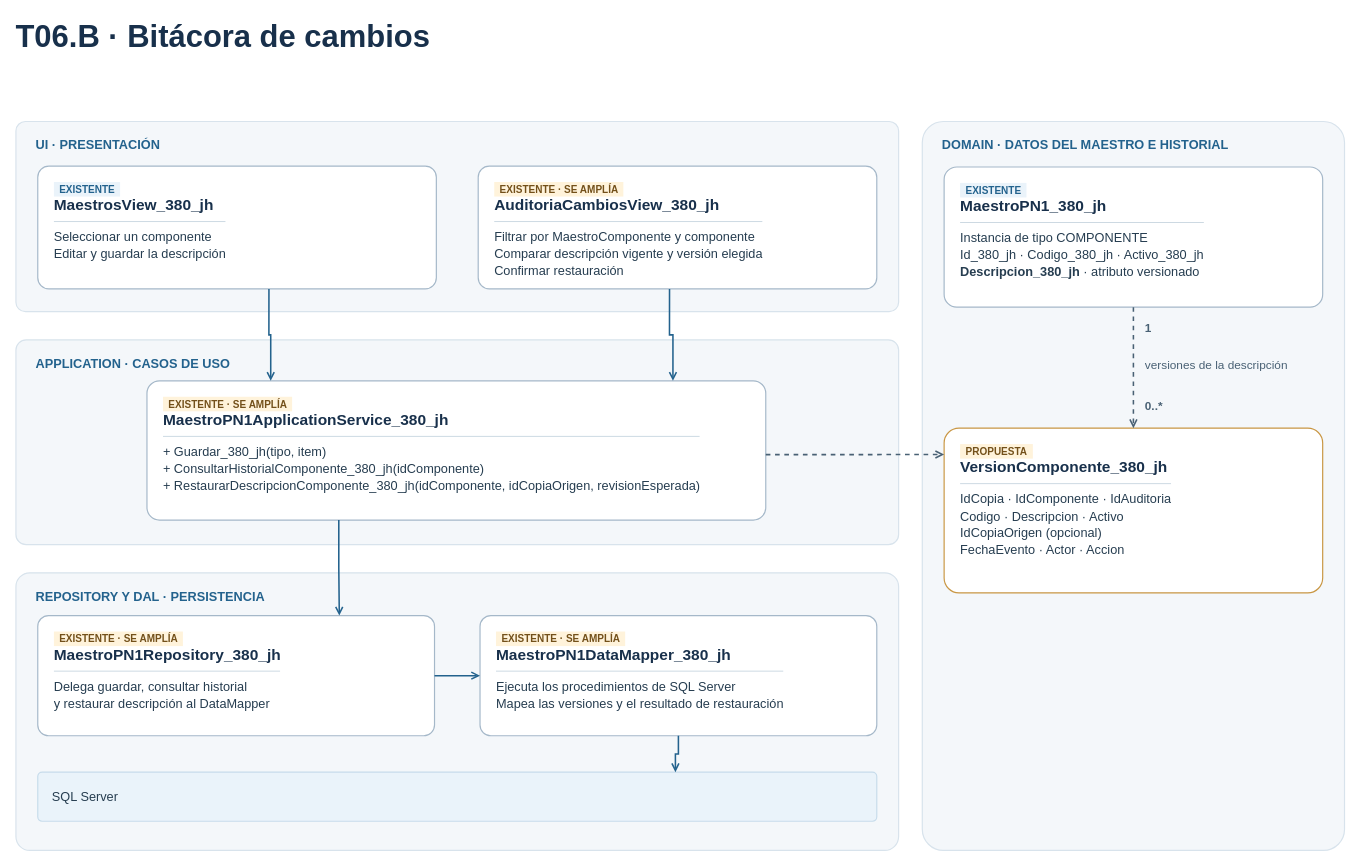
Earlier version of the draw.io diagram Diagramas/Bitacora de cambios/T06b - Maestro de componentes - Clases.drawio (juanNH/Ingenieria-de-Software). Source tidied: cells renumbered, new cells numbered last; positions are measured from the earlier drawing's top-left corner, leaving out a move shared by most shapes. Both pictures are drawn from the tidied source at 91%, with x=0, y=0 at pixel (15, 15).
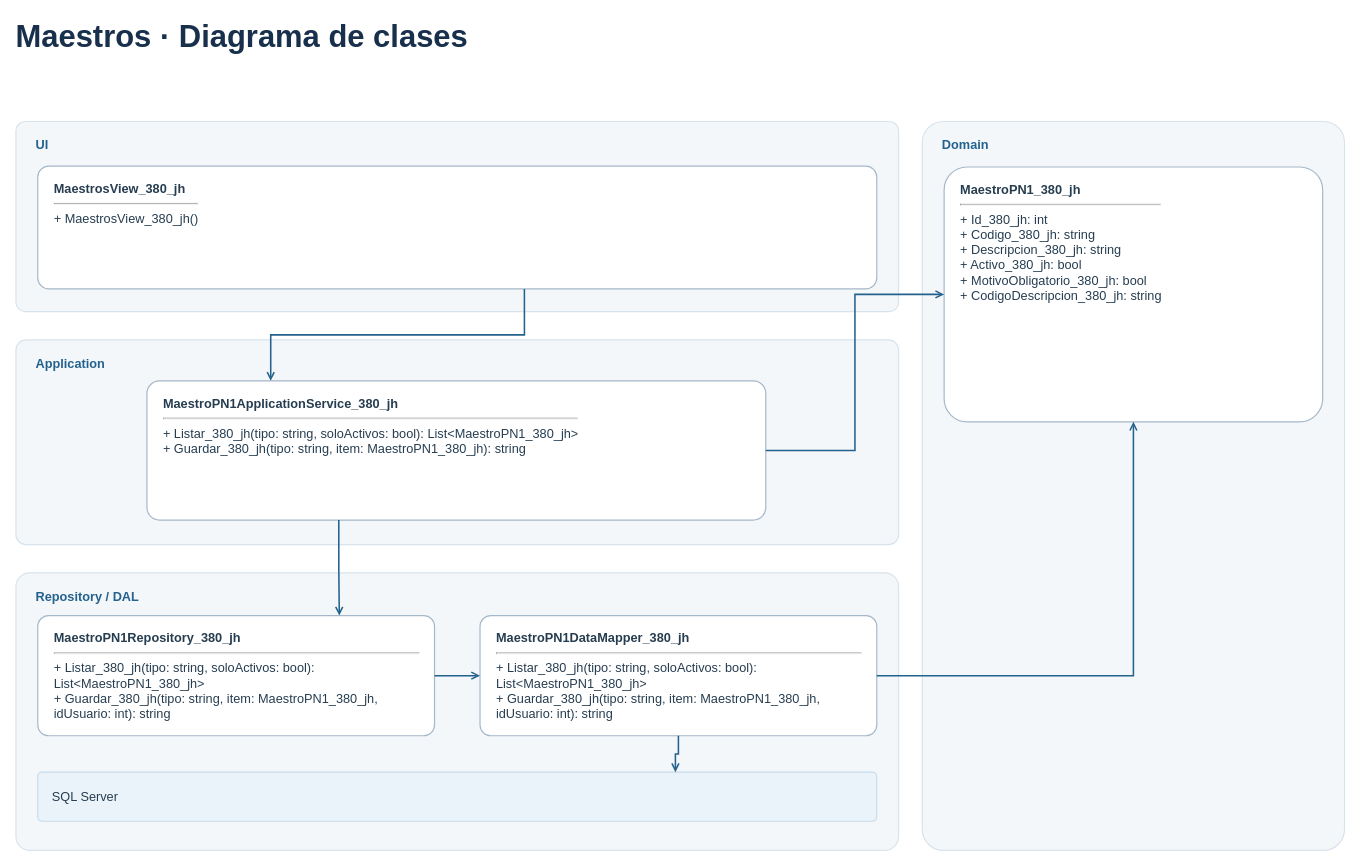
The same diagram, later.

The edit, as a diff of the source:
```diff
@@
-    <mxCell id="2" value="T06.B · Bitácora de cambios" style="text;html=1;align=left;verticalAlign=middle;whiteSpace=wrap;rounded=0;spacing=0;overflow=hidden;fontFamily=Arial;fontSize=34;fontColor=#18304B;fontStyle=1;" parent="1" vertex="1">
+    <mxCell id="2" value="Maestros · Diagrama de clases" style="text;html=1;align=left;verticalAlign=middle;whiteSpace=wrap;rounded=0;spacing=0;overflow=hidden;fontFamily=Arial;fontSize=34;fontColor=#18304B;fontStyle=1;" parent="1" vertex="1">
       <mxGeometry width="1040" height="46" as="geometry" />
     </mxCell>
@@
-    <mxCell id="4" value="UI · PRESENTACIÓN" style="text;html=1;align=left;verticalAlign=middle;whiteSpace=wrap;rounded=0;spacing=0;overflow=hidden;fontFamily=Arial;fontSize=14;fontColor=#23628D;fontStyle=1;" parent="1" vertex="1">
+    <mxCell id="4" value="UI" style="text;html=1;align=left;verticalAlign=middle;whiteSpace=wrap;rounded=0;spacing=0;overflow=hidden;fontFamily=Arial;fontSize=14;fontColor=#23628D;fontStyle=1;" parent="1" vertex="1">
       <mxGeometry x="22" y="127" width="930" height="29" as="geometry" />
     </mxCell>
@@
-    <mxCell id="6" value="APPLICATION · CASOS DE USO" style="text;html=1;align=left;verticalAlign=middle;whiteSpace=wrap;rounded=0;spacing=0;overflow=hidden;fontFamily=Arial;fontSize=14;fontColor=#23628D;fontStyle=1;" parent="1" vertex="1">
+    <mxCell id="6" value="Application" style="text;html=1;align=left;verticalAlign=middle;whiteSpace=wrap;rounded=0;spacing=0;overflow=hidden;fontFamily=Arial;fontSize=14;fontColor=#23628D;fontStyle=1;" parent="1" vertex="1">
       <mxGeometry x="22" y="367" width="930" height="29" as="geometry" />
     </mxCell>
@@
-    <mxCell id="8" value="REPOSITORY Y DAL · PERSISTENCIA" style="text;html=1;align=left;verticalAlign=middle;whiteSpace=wrap;rounded=0;spacing=0;overflow=hidden;fontFamily=Arial;fontSize=14;fontColor=#23628D;fontStyle=1;" parent="1" vertex="1">
+    <mxCell id="8" value="Repository / DAL" style="text;html=1;align=left;verticalAlign=middle;whiteSpace=wrap;rounded=0;spacing=0;overflow=hidden;fontFamily=Arial;fontSize=14;fontColor=#23628D;fontStyle=1;" parent="1" vertex="1">
       <mxGeometry x="22" y="623" width="930" height="29" as="geometry" />
     </mxCell>
@@
-    <mxCell id="10" value="DOMAIN · DATOS DEL MAESTRO E HISTORIAL" style="text;html=1;align=left;verticalAlign=middle;whiteSpace=wrap;rounded=0;spacing=0;overflow=hidden;fontFamily=Arial;fontSize=14;fontColor=#23628D;fontStyle=1;" parent="1" vertex="1">
+    <mxCell id="10" value="Domain" style="text;html=1;align=left;verticalAlign=middle;whiteSpace=wrap;rounded=0;spacing=0;overflow=hidden;fontFamily=Arial;fontSize=14;fontColor=#23628D;fontStyle=1;" parent="1" vertex="1">
       <mxGeometry x="1018" y="127" width="424" height="29" as="geometry" />
     </mxCell>
-    <mxCell id="11" value="&lt;span style=&quot;font-size:11px;font-weight:bold;color:#23628D;background-color:#EAF3FA;padding:2px 6px;&quot;&gt;EXISTENTE&lt;/span&gt;&lt;br&gt;&lt;span style=&quot;font-size:17px;font-weight:bold;color:#18304B&quot;&gt;MaestrosView_380_jh&lt;/span&gt;&lt;hr style=&quot;border:0;border-top:1px solid #C8D6E0;margin:7px 0;&quot;&gt;&lt;div style=&quot;font-size:14px;line-height:1.32;&quot;&gt;Seleccionar un componente&lt;/div&gt;&lt;div style=&quot;font-size:14px;line-height:1.32;&quot;&gt;Editar y guardar la descripción&lt;/div&gt;" style="rounded=1;arcSize=9;whiteSpace=wrap;html=1;align=left;verticalAlign=top;spacingLeft=16;spacingRight=16;spacingTop=10;overflow=hidden;fillColor=#FFFFFF;strokeColor=#A5B8C9;strokeWidth=1.3;fontFamily=Arial;fontColor=#263D50;fontSize=14;fontStyle=0;" parent="1" vertex="1">
-      <mxGeometry x="24" y="165" width="438" height="135" as="geometry" />
+    <mxCell id="11" value="&lt;b&gt;MaestrosView_380_jh&lt;/b&gt;&lt;hr/&gt;+ MaestrosView_380_jh()" style="rounded=1;arcSize=9;whiteSpace=wrap;html=1;align=left;verticalAlign=top;spacingLeft=16;spacingRight=16;spacingTop=10;overflow=hidden;fillColor=#FFFFFF;strokeColor=#A5B8C9;strokeWidth=1.3;fontFamily=Arial;fontColor=#263D50;fontSize=14;fontStyle=0;" parent="1" vertex="1">
+      <mxGeometry x="24" y="165" width="922" height="135" as="geometry" />
     </mxCell>
-    <mxCell id="12" value="&lt;span style=&quot;font-size:11px;font-weight:bold;color:#73501A;background-color:#FFF3DB;padding:2px 6px;&quot;&gt;EXISTENTE · SE AMPLÍA&lt;/span&gt;&lt;br&gt;&lt;span style=&quot;font-size:17px;font-weight:bold;color:#18304B&quot;&gt;AuditoriaCambiosView_380_jh&lt;/span&gt;&lt;hr style=&quot;border:0;border-top:1px solid #C8D6E0;margin:7px 0;&quot;&gt;&lt;div style=&quot;font-size:14px;line-height:1.32;&quot;&gt;Filtrar por MaestroComponente y componente&lt;/div&gt;&lt;div style=&quot;font-size:14px;line-height:1.32;&quot;&gt;Comparar descripción vigente y versión elegida&lt;/div&gt;&lt;div style=&quot;font-size:14px;line-height:1.32;&quot;&gt;Confirmar restauración&lt;/div&gt;" style="rounded=1;arcSize=9;whiteSpace=wrap;html=1;align=left;verticalAlign=top;spacingLeft=16;spacingRight=16;spacingTop=10;overflow=hidden;fillColor=#FFFFFF;strokeColor=#A5B8C9;strokeWidth=1.3;fontFamily=Arial;fontColor=#263D50;fontSize=14;fontStyle=0;" parent="1" vertex="1">
-      <mxGeometry x="508" y="165" width="438" height="135" as="geometry" />
-    </mxCell>
-    <mxCell id="13" value="&lt;span style=&quot;font-size:11px;font-weight:bold;color:#73501A;background-color:#FFF3DB;padding:2px 6px;&quot;&gt;EXISTENTE · SE AMPLÍA&lt;/span&gt;&lt;br&gt;&lt;span style=&quot;font-size:17px;font-weight:bold;color:#18304B&quot;&gt;MaestroPN1ApplicationService_380_jh&lt;/span&gt;&lt;hr style=&quot;border:0;border-top:1px solid #C8D6E0;margin:7px 0;&quot;&gt;&lt;div style=&quot;font-size:14px;line-height:1.32;&quot;&gt;+ Guardar_380_jh(tipo, item)&lt;/div&gt;&lt;div style=&quot;font-size:14px;line-height:1.32;&quot;&gt;+ ConsultarHistorialComponente_380_jh(idComponente)&lt;/div&gt;&lt;div style=&quot;font-size:14px;line-height:1.32;&quot;&gt;+ RestaurarDescripcionComponente_380_jh(idComponente, idCopiaOrigen, revisionEsperada)&lt;/div&gt;" style="rounded=1;arcSize=9;whiteSpace=wrap;html=1;align=left;verticalAlign=top;spacingLeft=16;spacingRight=16;spacingTop=10;overflow=hidden;fillColor=#FFFFFF;strokeColor=#A5B8C9;strokeWidth=1.3;fontFamily=Arial;fontColor=#263D50;fontSize=14;fontStyle=0;" parent="1" vertex="1">
+    <mxCell id="13" value="&lt;b&gt;MaestroPN1ApplicationService_380_jh&lt;/b&gt;&lt;hr/&gt;+ Listar_380_jh(tipo: string, soloActivos: bool): List&amp;lt;MaestroPN1_380_jh&amp;gt;&lt;br/&gt;+ Guardar_380_jh(tipo: string, item: MaestroPN1_380_jh): string" style="rounded=1;arcSize=9;whiteSpace=wrap;html=1;align=left;verticalAlign=top;spacingLeft=16;spacingRight=16;spacingTop=10;overflow=hidden;fillColor=#FFFFFF;strokeColor=#A5B8C9;strokeWidth=1.3;fontFamily=Arial;fontColor=#263D50;fontSize=14;fontStyle=0;" parent="1" vertex="1">
       <mxGeometry x="144" y="401" width="680" height="153" as="geometry" />
     </mxCell>
-    <mxCell id="14" value="&lt;span style=&quot;font-size:11px;font-weight:bold;color:#73501A;background-color:#FFF3DB;padding:2px 6px;&quot;&gt;EXISTENTE · SE AMPLÍA&lt;/span&gt;&lt;br&gt;&lt;span style=&quot;font-size:17px;font-weight:bold;color:#18304B&quot;&gt;MaestroPN1Repository_380_jh&lt;/span&gt;&lt;hr style=&quot;border:0;border-top:1px solid #C8D6E0;margin:7px 0;&quot;&gt;&lt;div style=&quot;font-size:14px;line-height:1.32;&quot;&gt;Delega guardar, consultar historial&lt;/div&gt;&lt;div style=&quot;font-size:14px;line-height:1.32;&quot;&gt;y restaurar descripción al DataMapper&lt;/div&gt;" style="rounded=1;arcSize=9;whiteSpace=wrap;html=1;align=left;verticalAlign=top;spacingLeft=16;spacingRight=16;spacingTop=10;overflow=hidden;fillColor=#FFFFFF;strokeColor=#A5B8C9;strokeWidth=1.3;fontFamily=Arial;fontColor=#263D50;fontSize=14;fontStyle=0;" parent="1" vertex="1">
+    <mxCell id="14" value="&lt;b&gt;MaestroPN1Repository_380_jh&lt;/b&gt;&lt;hr/&gt;+ Listar_380_jh(tipo: string, soloActivos: bool): List&amp;lt;MaestroPN1_380_jh&amp;gt;&lt;br/&gt;+ Guardar_380_jh(tipo: string, item: MaestroPN1_380_jh, idUsuario: int): string" style="rounded=1;arcSize=9;whiteSpace=wrap;html=1;align=left;verticalAlign=top;spacingLeft=16;spacingRight=16;spacingTop=10;overflow=hidden;fillColor=#FFFFFF;strokeColor=#A5B8C9;strokeWidth=1.3;fontFamily=Arial;fontColor=#263D50;fontSize=14;fontStyle=0;" parent="1" vertex="1">
       <mxGeometry x="24" y="659" width="436" height="132" as="geometry" />
     </mxCell>
-    <mxCell id="15" value="&lt;span style=&quot;font-size:11px;font-weight:bold;color:#73501A;background-color:#FFF3DB;padding:2px 6px;&quot;&gt;EXISTENTE · SE AMPLÍA&lt;/span&gt;&lt;br&gt;&lt;span style=&quot;font-size:17px;font-weight:bold;color:#18304B&quot;&gt;MaestroPN1DataMapper_380_jh&lt;/span&gt;&lt;hr style=&quot;border:0;border-top:1px solid #C8D6E0;margin:7px 0;&quot;&gt;&lt;div style=&quot;font-size:14px;line-height:1.32;&quot;&gt;Ejecuta los procedimientos de SQL Server&lt;/div&gt;&lt;div style=&quot;font-size:14px;line-height:1.32;&quot;&gt;Mapea las versiones y el resultado de restauración&lt;/div&gt;" style="rounded=1;arcSize=9;whiteSpace=wrap;html=1;align=left;verticalAlign=top;spacingLeft=16;spacingRight=16;spacingTop=10;overflow=hidden;fillColor=#FFFFFF;strokeColor=#A5B8C9;strokeWidth=1.3;fontFamily=Arial;fontColor=#263D50;fontSize=14;fontStyle=0;" parent="1" vertex="1">
+    <mxCell id="15" value="&lt;b&gt;MaestroPN1DataMapper_380_jh&lt;/b&gt;&lt;hr/&gt;+ Listar_380_jh(tipo: string, soloActivos: bool): List&amp;lt;MaestroPN1_380_jh&amp;gt;&lt;br/&gt;+ Guardar_380_jh(tipo: string, item: MaestroPN1_380_jh, idUsuario: int): string" style="rounded=1;arcSize=9;whiteSpace=wrap;html=1;align=left;verticalAlign=top;spacingLeft=16;spacingRight=16;spacingTop=10;overflow=hidden;fillColor=#FFFFFF;strokeColor=#A5B8C9;strokeWidth=1.3;fontFamily=Arial;fontColor=#263D50;fontSize=14;fontStyle=0;" parent="1" vertex="1">
       <mxGeometry x="510" y="659" width="436" height="132" as="geometry" />
     </mxCell>
@@
-    <mxCell id="17" value="&lt;span style=&quot;font-size:11px;font-weight:bold;color:#23628D;background-color:#EAF3FA;padding:2px 6px;&quot;&gt;EXISTENTE&lt;/span&gt;&lt;br&gt;&lt;span style=&quot;font-size:17px;font-weight:bold;color:#18304B&quot;&gt;MaestroPN1_380_jh&lt;/span&gt;&lt;hr style=&quot;border:0;border-top:1px solid #C8D6E0;margin:7px 0;&quot;&gt;&lt;div style=&quot;font-size:14px;line-height:1.32;&quot;&gt;Instancia de tipo COMPONENTE&lt;/div&gt;&lt;div style=&quot;font-size:14px;line-height:1.32;&quot;&gt;Id_380_jh · Codigo_380_jh · Activo_380_jh&lt;/div&gt;&lt;div style=&quot;font-size:14px;line-height:1.32;&quot;&gt;&lt;b&gt;Descripcion_380_jh&lt;/b&gt; · atributo versionado&lt;/div&gt;" style="rounded=1;arcSize=9;whiteSpace=wrap;html=1;align=left;verticalAlign=top;spacingLeft=16;spacingRight=16;spacingTop=10;overflow=hidden;fillColor=#FFFFFF;strokeColor=#A5B8C9;strokeWidth=1.3;fontFamily=Arial;fontColor=#263D50;fontSize=14;fontStyle=0;" parent="1" vertex="1">
-      <mxGeometry x="1020" y="166" width="416" height="154" as="geometry" />
+    <mxCell id="17" value="&lt;b&gt;MaestroPN1_380_jh&lt;/b&gt;&lt;hr/&gt;+ Id_380_jh: int&lt;br/&gt;+ Codigo_380_jh: string&lt;br/&gt;+ Descripcion_380_jh: string&lt;br/&gt;+ Activo_380_jh: bool&lt;br/&gt;+ MotivoObligatorio_380_jh: bool&lt;br/&gt;+ CodigoDescripcion_380_jh: string" style="rounded=1;arcSize=9;whiteSpace=wrap;html=1;align=left;verticalAlign=top;spacingLeft=16;spacingRight=16;spacingTop=10;overflow=hidden;fillColor=#FFFFFF;strokeColor=#A5B8C9;strokeWidth=1.3;fontFamily=Arial;fontColor=#263D50;fontSize=14;fontStyle=0;" parent="1" vertex="1">
+      <mxGeometry x="1020" y="166" width="416" height="280" as="geometry" />
     </mxCell>
-    <mxCell id="18" value="&lt;span style=&quot;font-size:11px;font-weight:bold;color:#73501A;background-color:#FFF3DB;padding:2px 6px;&quot;&gt;PROPUESTA&lt;/span&gt;&lt;br&gt;&lt;span style=&quot;font-size:17px;font-weight:bold;color:#18304B&quot;&gt;VersionComponente_380_jh&lt;/span&gt;&lt;hr style=&quot;border:0;border-top:1px solid #C8D6E0;margin:7px 0;&quot;&gt;&lt;div style=&quot;font-size:14px;line-height:1.32;&quot;&gt;IdCopia · IdComponente · IdAuditoria&lt;/div&gt;&lt;div style=&quot;font-size:14px;line-height:1.32;&quot;&gt;Codigo · Descripcion · Activo&lt;/div&gt;&lt;div style=&quot;font-size:14px;line-height:1.32;&quot;&gt;IdCopiaOrigen (opcional)&lt;/div&gt;&lt;div style=&quot;font-size:14px;line-height:1.32;&quot;&gt;FechaEvento · Actor · Accion&lt;/div&gt;" style="rounded=1;arcSize=9;whiteSpace=wrap;html=1;align=left;verticalAlign=top;spacingLeft=16;spacingRight=16;spacingTop=10;overflow=hidden;fillColor=#FFFFFF;strokeColor=#C99744;strokeWidth=1.3;fontFamily=Arial;fontColor=#263D50;fontSize=14;fontStyle=0;" parent="1" vertex="1">
-      <mxGeometry x="1020" y="453" width="416" height="181" as="geometry" />
-    </mxCell>
@@
-    <mxCell id="20" style="edgeStyle=orthogonalEdgeStyle;rounded=0;html=1;jettySize=auto;strokeColor=#23628D;strokeWidth=1.7;endArrow=open;endFill=0;exitX=0.48;exitY=1;entryX=0.85;entryY=0;" parent="1" edge="1" source="12" target="13">
-      <mxGeometry relative="1" as="geometry" />
-    </mxCell>
@@
-    <mxCell id="24" style="edgeStyle=orthogonalEdgeStyle;rounded=0;html=1;jettySize=auto;strokeColor=#496174;strokeWidth=1.7;endArrow=open;endFill=0;dashed=1;exitX=1;exitY=0.53;entryX=0;entryY=0.16;" parent="1" edge="1" source="13" target="18">
-      <mxGeometry relative="1" as="geometry" />
-    </mxCell>
-    <mxCell id="25" style="edgeStyle=orthogonalEdgeStyle;rounded=0;html=1;jettySize=auto;strokeColor=#496174;strokeWidth=1.7;endArrow=open;endFill=0;dashed=1;exitX=0.5;exitY=1;entryX=0.5;entryY=0;" parent="1" edge="1" source="17" target="18">
-      <mxGeometry relative="1" as="geometry" />
-    </mxCell>
-    <mxCell id="26" value="1" style="text;html=1;align=left;verticalAlign=middle;whiteSpace=wrap;rounded=0;spacing=0;overflow=hidden;fontFamily=Arial;fontSize=13;fontColor=#496174;fontStyle=1;" parent="1" vertex="1">
-      <mxGeometry x="1241" y="330" width="60" height="25" as="geometry" />
-    </mxCell>
-    <mxCell id="27" value="0..*" style="text;html=1;align=left;verticalAlign=middle;whiteSpace=wrap;rounded=0;spacing=0;overflow=hidden;fontFamily=Arial;fontSize=13;fontColor=#496174;fontStyle=1;" parent="1" vertex="1">
-      <mxGeometry x="1241" y="417" width="72" height="24" as="geometry" />
-    </mxCell>
-    <mxCell id="28" value="versiones de la descripción" style="text;html=1;align=left;verticalAlign=middle;whiteSpace=wrap;rounded=0;spacing=0;overflow=hidden;fontFamily=Arial;fontSize=13;fontColor=#496174;fontStyle=0;" parent="1" vertex="1">
-      <mxGeometry x="1241" y="370" width="178" height="26" as="geometry" />
-    </mxCell>
+    <mxCell id="29" style="edgeStyle=orthogonalEdgeStyle;rounded=0;html=1;endArrow=open;endFill=0;strokeColor=#23628D;strokeWidth=1.7;" parent="1" edge="1" source="13" target="17">
+      <mxGeometry relative="1" as="geometry" />
+    </mxCell>
+    <mxCell id="30" style="edgeStyle=orthogonalEdgeStyle;rounded=0;html=1;endArrow=open;endFill=0;strokeColor=#23628D;strokeWidth=1.7;" parent="1" edge="1" source="15" target="17">
+      <mxGeometry relative="1" as="geometry" />
+    </mxCell>
```
